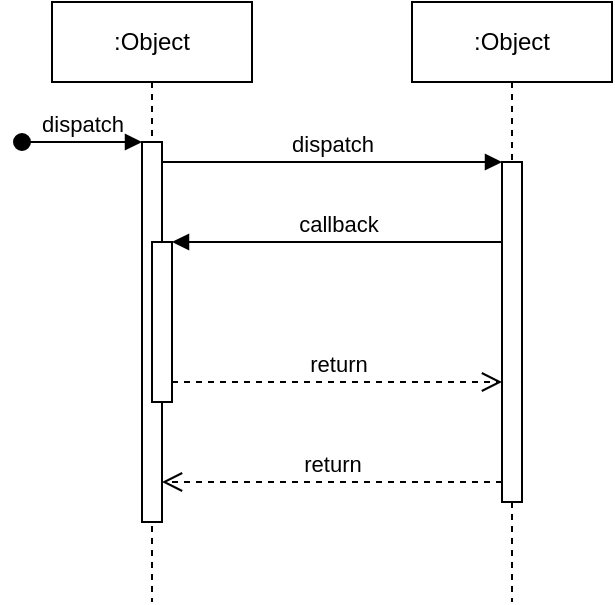
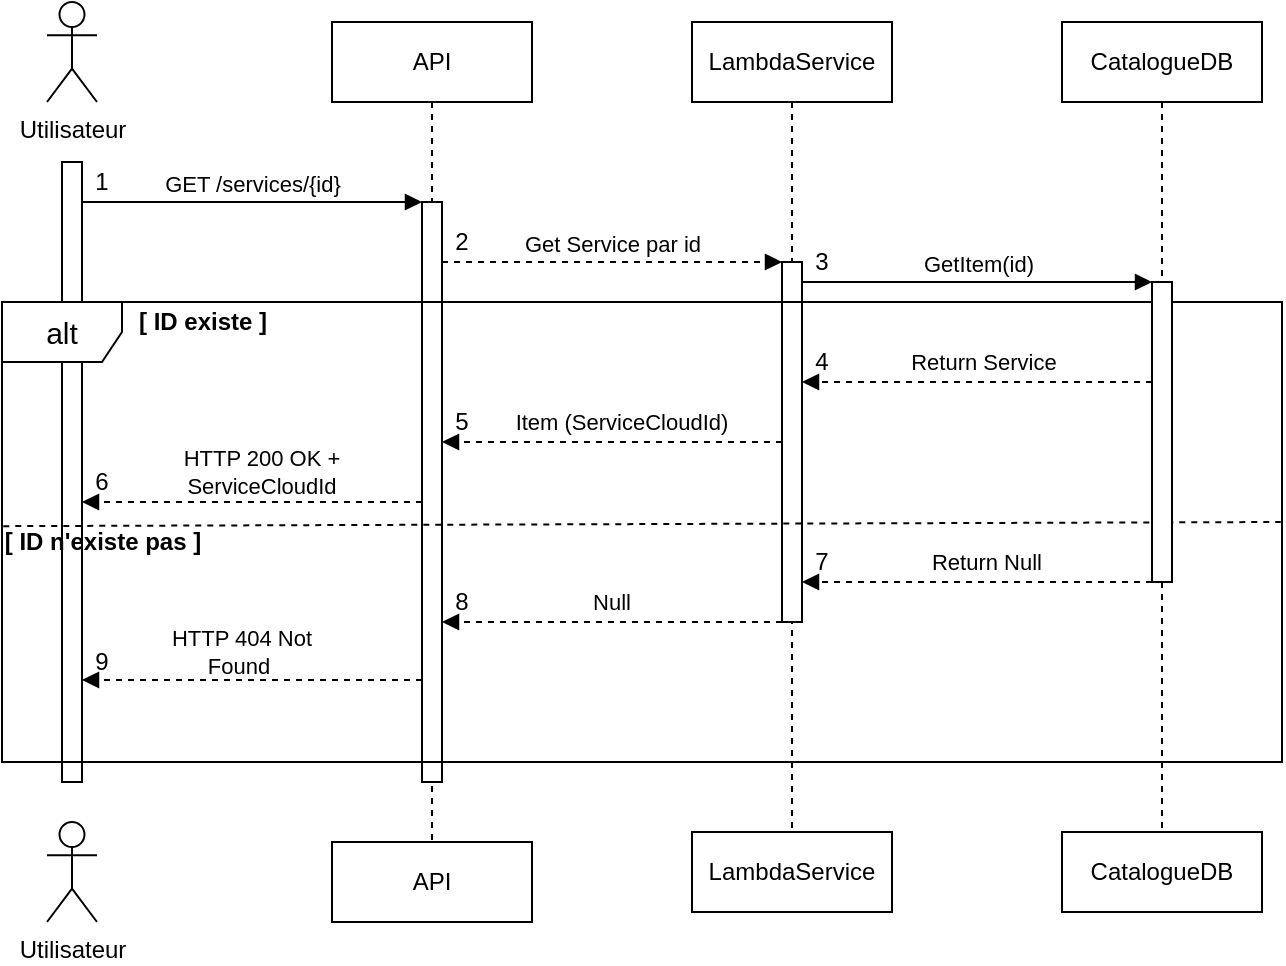
<mxfile host="app.diagrams.net" agent="5.0 (Macintosh; Intel Mac OS X 10_15_7) AppleWebKit/537.36 (KHTML, like Gecko) Chrome/109.0.0.0 Safari/537.36">
  <diagram name="Page-1" id="2YBvvXClWsGukQMizWep">
-     <mxGraphModel dx="1259" dy="1066" grid="1" gridSize="10" guides="1" tooltips="1" connect="1" arrows="1" fold="1" page="1" pageScale="1" pageWidth="850" pageHeight="1100" math="0" shadow="0">
+     <mxGraphModel dx="900" dy="578" grid="1" gridSize="10" guides="1" tooltips="1" connect="1" arrows="1" fold="1" page="1" pageScale="1" pageWidth="850" pageHeight="1100" math="0" shadow="0">
      <root>
        <mxCell id="0" />
        <mxCell id="1" parent="0" />
-         <mxCell id="aM9ryv3xv72pqoxQDRHE-1" value=":Object" style="shape=umlLifeline;perimeter=lifelinePerimeter;whiteSpace=wrap;html=1;container=0;dropTarget=0;collapsible=0;recursiveResize=0;outlineConnect=0;portConstraint=eastwest;newEdgeStyle={&quot;edgeStyle&quot;:&quot;elbowEdgeStyle&quot;,&quot;elbow&quot;:&quot;vertical&quot;,&quot;curved&quot;:0,&quot;rounded&quot;:0};" vertex="1" parent="1">
-           <mxGeometry x="40" y="40" width="100" height="300" as="geometry" />
+         <mxCell id="aM9ryv3xv72pqoxQDRHE-1" parent="1" style="shape=umlLifeline;perimeter=lifelinePerimeter;whiteSpace=wrap;html=1;container=0;dropTarget=0;collapsible=0;recursiveResize=0;outlineConnect=0;portConstraint=eastwest;newEdgeStyle={&quot;edgeStyle&quot;:&quot;elbowEdgeStyle&quot;,&quot;elbow&quot;:&quot;vertical&quot;,&quot;curved&quot;:0,&quot;rounded&quot;:0};" value="API" vertex="1">
+           <mxGeometry height="410" width="100" x="285" y="80" as="geometry" />
        </mxCell>
-         <mxCell id="aM9ryv3xv72pqoxQDRHE-2" value="" style="html=1;points=[];perimeter=orthogonalPerimeter;outlineConnect=0;targetShapes=umlLifeline;portConstraint=eastwest;newEdgeStyle={&quot;edgeStyle&quot;:&quot;elbowEdgeStyle&quot;,&quot;elbow&quot;:&quot;vertical&quot;,&quot;curved&quot;:0,&quot;rounded&quot;:0};" vertex="1" parent="aM9ryv3xv72pqoxQDRHE-1">
-           <mxGeometry x="45" y="70" width="10" height="190" as="geometry" />
+         <mxCell id="aM9ryv3xv72pqoxQDRHE-2" parent="aM9ryv3xv72pqoxQDRHE-1" style="html=1;points=[];perimeter=orthogonalPerimeter;outlineConnect=0;targetShapes=umlLifeline;portConstraint=eastwest;newEdgeStyle={&quot;edgeStyle&quot;:&quot;elbowEdgeStyle&quot;,&quot;elbow&quot;:&quot;vertical&quot;,&quot;curved&quot;:0,&quot;rounded&quot;:0};" value="" vertex="1">
+           <mxGeometry height="290" width="10" x="45" y="90" as="geometry" />
        </mxCell>
-         <mxCell id="aM9ryv3xv72pqoxQDRHE-3" value="dispatch" style="html=1;verticalAlign=bottom;startArrow=oval;endArrow=block;startSize=8;edgeStyle=elbowEdgeStyle;elbow=vertical;curved=0;rounded=0;" edge="1" parent="aM9ryv3xv72pqoxQDRHE-1" target="aM9ryv3xv72pqoxQDRHE-2">
+         <mxCell id="aM9ryv3xv72pqoxQDRHE-5" parent="1" style="shape=umlLifeline;perimeter=lifelinePerimeter;whiteSpace=wrap;html=1;container=0;dropTarget=0;collapsible=0;recursiveResize=0;outlineConnect=0;portConstraint=eastwest;newEdgeStyle={&quot;edgeStyle&quot;:&quot;elbowEdgeStyle&quot;,&quot;elbow&quot;:&quot;vertical&quot;,&quot;curved&quot;:0,&quot;rounded&quot;:0};" value="LambdaService" vertex="1">
+           <mxGeometry height="410" width="100" x="465" y="80" as="geometry" />
+         </mxCell>
+         <mxCell id="aM9ryv3xv72pqoxQDRHE-6" parent="aM9ryv3xv72pqoxQDRHE-5" style="html=1;points=[];perimeter=orthogonalPerimeter;outlineConnect=0;targetShapes=umlLifeline;portConstraint=eastwest;newEdgeStyle={&quot;edgeStyle&quot;:&quot;elbowEdgeStyle&quot;,&quot;elbow&quot;:&quot;vertical&quot;,&quot;curved&quot;:0,&quot;rounded&quot;:0};" value="" vertex="1">
+           <mxGeometry height="180" width="10" x="45" y="120" as="geometry" />
+         </mxCell>
+         <mxCell id="aM9ryv3xv72pqoxQDRHE-7" edge="1" parent="1" style="html=1;verticalAlign=bottom;endArrow=block;edgeStyle=elbowEdgeStyle;elbow=vertical;curved=0;rounded=0;" value="GET /services/{id}">
          <mxGeometry relative="1" as="geometry">
-             <mxPoint x="-15" y="70" as="sourcePoint" />
+             <Array as="points">
+               <mxPoint x="245" y="170" />
+             </Array>
+             <mxPoint x="160" y="170" as="sourcePoint" />
+             <mxPoint x="330" y="170" as="targetPoint" />
          </mxGeometry>
        </mxCell>
-         <mxCell id="aM9ryv3xv72pqoxQDRHE-4" value="" style="html=1;points=[];perimeter=orthogonalPerimeter;outlineConnect=0;targetShapes=umlLifeline;portConstraint=eastwest;newEdgeStyle={&quot;edgeStyle&quot;:&quot;elbowEdgeStyle&quot;,&quot;elbow&quot;:&quot;vertical&quot;,&quot;curved&quot;:0,&quot;rounded&quot;:0};" vertex="1" parent="aM9ryv3xv72pqoxQDRHE-1">
-           <mxGeometry x="50" y="120" width="10" height="80" as="geometry" />
+         <mxCell id="ydfixyK2cgRqEg1iHaJK-1" parent="1" style="html=1;points=[];perimeter=orthogonalPerimeter;outlineConnect=0;targetShapes=umlLifeline;portConstraint=eastwest;newEdgeStyle={&quot;edgeStyle&quot;:&quot;elbowEdgeStyle&quot;,&quot;elbow&quot;:&quot;vertical&quot;,&quot;curved&quot;:0,&quot;rounded&quot;:0};" value="" vertex="1">
+           <mxGeometry height="310" width="10" x="150" y="150" as="geometry" />
        </mxCell>
-         <mxCell id="aM9ryv3xv72pqoxQDRHE-5" value=":Object" style="shape=umlLifeline;perimeter=lifelinePerimeter;whiteSpace=wrap;html=1;container=0;dropTarget=0;collapsible=0;recursiveResize=0;outlineConnect=0;portConstraint=eastwest;newEdgeStyle={&quot;edgeStyle&quot;:&quot;elbowEdgeStyle&quot;,&quot;elbow&quot;:&quot;vertical&quot;,&quot;curved&quot;:0,&quot;rounded&quot;:0};" vertex="1" parent="1">
-           <mxGeometry x="220" y="40" width="100" height="300" as="geometry" />
+         <mxCell id="ydfixyK2cgRqEg1iHaJK-2" parent="1" style="shape=umlActor;verticalLabelPosition=bottom;verticalAlign=top;html=1;outlineConnect=0;" value="Utilisateur" vertex="1">
+           <mxGeometry height="50" width="25" x="142.5" y="70" as="geometry" />
        </mxCell>
-         <mxCell id="aM9ryv3xv72pqoxQDRHE-6" value="" style="html=1;points=[];perimeter=orthogonalPerimeter;outlineConnect=0;targetShapes=umlLifeline;portConstraint=eastwest;newEdgeStyle={&quot;edgeStyle&quot;:&quot;elbowEdgeStyle&quot;,&quot;elbow&quot;:&quot;vertical&quot;,&quot;curved&quot;:0,&quot;rounded&quot;:0};" vertex="1" parent="aM9ryv3xv72pqoxQDRHE-5">
-           <mxGeometry x="45" y="80" width="10" height="170" as="geometry" />
+         <mxCell id="ydfixyK2cgRqEg1iHaJK-3" parent="1" style="text;html=1;whiteSpace=wrap;strokeColor=none;fillColor=none;align=center;verticalAlign=middle;rounded=0;" value="1" vertex="1">
+           <mxGeometry height="20" width="20" x="160" y="150" as="geometry" />
        </mxCell>
-         <mxCell id="aM9ryv3xv72pqoxQDRHE-7" value="dispatch" style="html=1;verticalAlign=bottom;endArrow=block;edgeStyle=elbowEdgeStyle;elbow=vertical;curved=0;rounded=0;" edge="1" parent="1" source="aM9ryv3xv72pqoxQDRHE-2" target="aM9ryv3xv72pqoxQDRHE-6">
+         <mxCell id="ydfixyK2cgRqEg1iHaJK-4" edge="1" parent="1" style="html=1;verticalAlign=bottom;endArrow=block;edgeStyle=elbowEdgeStyle;elbow=vertical;curved=0;rounded=0;" target="ydfixyK2cgRqEg1iHaJK-46" value="GetItem(id)">
          <mxGeometry relative="1" as="geometry">
-             <mxPoint x="195" y="130" as="sourcePoint" />
+             <mxPoint as="offset" />
            <Array as="points">
-               <mxPoint x="180" y="120" />
+               <mxPoint x="605" y="210" />
            </Array>
+             <mxPoint x="520" y="210" as="sourcePoint" />
+             <mxPoint x="690" y="210" as="targetPoint" />
          </mxGeometry>
        </mxCell>
-         <mxCell id="aM9ryv3xv72pqoxQDRHE-8" value="return" style="html=1;verticalAlign=bottom;endArrow=open;dashed=1;endSize=8;edgeStyle=elbowEdgeStyle;elbow=vertical;curved=0;rounded=0;" edge="1" parent="1" source="aM9ryv3xv72pqoxQDRHE-6" target="aM9ryv3xv72pqoxQDRHE-2">
+         <mxCell id="ydfixyK2cgRqEg1iHaJK-7" parent="1" style="shape=umlFrame;whiteSpace=wrap;html=1;pointerEvents=0;" value="&lt;font style=&quot;font-size: 15px;&quot;&gt;alt&lt;/font&gt;" vertex="1">
+           <mxGeometry height="230" width="640" x="120" y="220" as="geometry" />
+         </mxCell>
+         <mxCell id="ydfixyK2cgRqEg1iHaJK-8" parent="1" style="text;align=center;fontStyle=1;verticalAlign=middle;spacingLeft=3;spacingRight=3;strokeColor=none;rotatable=0;points=[[0,0.5],[1,0.5]];portConstraint=eastwest;html=1;" value="[ ID existe ]" vertex="1">
+           <mxGeometry height="20" width="60" x="190" y="220" as="geometry" />
+         </mxCell>
+         <mxCell id="ydfixyK2cgRqEg1iHaJK-9" parent="1" style="text;html=1;whiteSpace=wrap;strokeColor=none;fillColor=none;align=center;verticalAlign=middle;rounded=0;" value="2" vertex="1">
+           <mxGeometry height="20" width="20" x="340" y="180" as="geometry" />
+         </mxCell>
+         <mxCell id="ydfixyK2cgRqEg1iHaJK-15" edge="1" parent="1" style="html=1;verticalAlign=bottom;endArrow=block;edgeStyle=elbowEdgeStyle;elbow=vertical;curved=0;rounded=0;endFill=1;entryX=0;entryY=1;entryDx=0;entryDy=0;dashed=1;" value="">
          <mxGeometry relative="1" as="geometry">
-             <mxPoint x="195" y="205" as="targetPoint" />
            <Array as="points">
-               <mxPoint x="190" y="280" />
+               <mxPoint x="490" y="290" />
            </Array>
+             <mxPoint x="510" y="290" as="sourcePoint" />
+             <mxPoint x="340" y="290" as="targetPoint" />
          </mxGeometry>
        </mxCell>
-         <mxCell id="aM9ryv3xv72pqoxQDRHE-9" value="callback" style="html=1;verticalAlign=bottom;endArrow=block;edgeStyle=elbowEdgeStyle;elbow=vertical;curved=0;rounded=0;" edge="1" parent="1" source="aM9ryv3xv72pqoxQDRHE-6" target="aM9ryv3xv72pqoxQDRHE-4">
+         <mxCell id="ydfixyK2cgRqEg1iHaJK-18" parent="1" style="text;html=1;whiteSpace=wrap;strokeColor=none;fillColor=none;align=center;verticalAlign=middle;rounded=0;strokeWidth=1;fontSize=11;" value="Item (ServiceCloudId)" vertex="1">
+           <mxGeometry height="20" width="120" x="370" y="270" as="geometry" />
+         </mxCell>
+         <mxCell id="ydfixyK2cgRqEg1iHaJK-19" edge="1" parent="1" style="html=1;verticalAlign=bottom;endArrow=block;edgeStyle=elbowEdgeStyle;elbow=vertical;curved=0;rounded=0;endFill=1;entryX=1;entryY=0.529;entryDx=0;entryDy=0;entryPerimeter=0;dashed=1;" value="">
          <mxGeometry relative="1" as="geometry">
-             <mxPoint x="175" y="160" as="sourcePoint" />
            <Array as="points">
-               <mxPoint x="190" y="160" />
+               <mxPoint x="310" y="320" />
            </Array>
+             <mxPoint x="330" y="320" as="sourcePoint" />
+             <mxPoint x="160" y="320" as="targetPoint" />
          </mxGeometry>
        </mxCell>
-         <mxCell id="aM9ryv3xv72pqoxQDRHE-10" value="return" style="html=1;verticalAlign=bottom;endArrow=open;dashed=1;endSize=8;edgeStyle=elbowEdgeStyle;elbow=vertical;curved=0;rounded=0;" edge="1" parent="1" source="aM9ryv3xv72pqoxQDRHE-4" target="aM9ryv3xv72pqoxQDRHE-6">
+         <mxCell id="ydfixyK2cgRqEg1iHaJK-20" parent="1" style="text;html=1;whiteSpace=wrap;strokeColor=none;fillColor=none;align=center;verticalAlign=middle;rounded=0;" value="4" vertex="1">
+           <mxGeometry height="20" width="20" x="520" y="240" as="geometry" />
+         </mxCell>
+         <mxCell id="ydfixyK2cgRqEg1iHaJK-21" parent="1" style="text;html=1;whiteSpace=wrap;strokeColor=none;fillColor=none;align=center;verticalAlign=middle;rounded=0;strokeWidth=1;fontSize=11;" value="HTTP 200 OK + ServiceCloudId" vertex="1">
+           <mxGeometry height="30" width="100" x="200" y="290" as="geometry" />
+         </mxCell>
+         <mxCell id="ydfixyK2cgRqEg1iHaJK-23" edge="1" parent="1" style="endArrow=none;dashed=1;html=1;rounded=0;entryX=0.998;entryY=0.544;entryDx=0;entryDy=0;entryPerimeter=0;" value="">
+           <mxGeometry height="50" relative="1" width="50" as="geometry">
+             <mxPoint x="120.64" y="332.08" as="sourcePoint" />
+             <mxPoint x="759.36" y="329.99999999999994" as="targetPoint" />
+           </mxGeometry>
+         </mxCell>
+         <mxCell id="ydfixyK2cgRqEg1iHaJK-26" edge="1" parent="1" style="html=1;verticalAlign=bottom;endArrow=block;edgeStyle=elbowEdgeStyle;elbow=vertical;curved=0;rounded=0;endFill=1;entryX=0;entryY=1;entryDx=0;entryDy=0;dashed=1;" value="">
          <mxGeometry relative="1" as="geometry">
-             <mxPoint x="175" y="235" as="targetPoint" />
+             <Array as="points" />
+             <mxPoint x="510" y="380" as="sourcePoint" />
+             <mxPoint x="340" y="380" as="targetPoint" />
+           </mxGeometry>
+         </mxCell>
+         <mxCell id="ydfixyK2cgRqEg1iHaJK-28" parent="1" style="text;html=1;whiteSpace=wrap;strokeColor=none;fillColor=none;align=center;verticalAlign=middle;rounded=0;strokeWidth=1;fontSize=11;" value="Null" vertex="1">
+           <mxGeometry height="20" width="60" x="395" y="360" as="geometry" />
+         </mxCell>
+         <mxCell id="ydfixyK2cgRqEg1iHaJK-29" parent="1" style="text;html=1;whiteSpace=wrap;strokeColor=none;fillColor=none;align=center;verticalAlign=middle;rounded=0;" value="&lt;div align=&quot;center&quot;&gt;&amp;nbsp; &amp;nbsp;5&lt;span style=&quot;white-space: pre;&quot;&gt;&#x9;&lt;/span&gt;&lt;/div&gt;" vertex="1">
+           <mxGeometry height="20" width="20" x="340" y="270" as="geometry" />
+         </mxCell>
+         <mxCell id="ydfixyK2cgRqEg1iHaJK-30" edge="1" parent="1" style="html=1;verticalAlign=bottom;endArrow=block;edgeStyle=elbowEdgeStyle;elbow=vertical;curved=0;rounded=0;endFill=1;entryX=1;entryY=0.529;entryDx=0;entryDy=0;entryPerimeter=0;dashed=1;" value="">
+           <mxGeometry relative="1" as="geometry">
            <Array as="points">
-               <mxPoint x="180" y="230" />
+               <mxPoint x="310" y="409" />
            </Array>
+             <mxPoint x="330" y="409" as="sourcePoint" />
+             <mxPoint x="160" y="409" as="targetPoint" />
          </mxGeometry>
+         </mxCell>
+         <mxCell id="ydfixyK2cgRqEg1iHaJK-31" parent="1" style="text;html=1;whiteSpace=wrap;strokeColor=none;fillColor=none;align=center;verticalAlign=middle;rounded=0;fontSize=11;" value="HTTP 404 Not Found&amp;nbsp;" vertex="1">
+           <mxGeometry height="30" width="100" x="190" y="380" as="geometry" />
+         </mxCell>
+         <mxCell id="ydfixyK2cgRqEg1iHaJK-32" parent="1" style="text;html=1;whiteSpace=wrap;strokeColor=none;fillColor=none;align=center;verticalAlign=middle;rounded=0;" value="6" vertex="1">
+           <mxGeometry height="20" width="20" x="160" y="300" as="geometry" />
+         </mxCell>
+         <mxCell id="ydfixyK2cgRqEg1iHaJK-35" parent="1" style="shape=umlLifeline;perimeter=lifelinePerimeter;whiteSpace=wrap;html=1;container=0;dropTarget=0;collapsible=0;recursiveResize=0;outlineConnect=0;portConstraint=eastwest;newEdgeStyle={&quot;edgeStyle&quot;:&quot;elbowEdgeStyle&quot;,&quot;elbow&quot;:&quot;vertical&quot;,&quot;curved&quot;:0,&quot;rounded&quot;:0};" value="API" vertex="1">
+           <mxGeometry height="40" width="100" x="285" y="490" as="geometry" />
+         </mxCell>
+         <mxCell id="ydfixyK2cgRqEg1iHaJK-38" parent="1" style="shape=umlLifeline;perimeter=lifelinePerimeter;whiteSpace=wrap;html=1;container=0;dropTarget=0;collapsible=0;recursiveResize=0;outlineConnect=0;portConstraint=eastwest;newEdgeStyle={&quot;edgeStyle&quot;:&quot;elbowEdgeStyle&quot;,&quot;elbow&quot;:&quot;vertical&quot;,&quot;curved&quot;:0,&quot;rounded&quot;:0};" value="LambdaService" vertex="1">
+           <mxGeometry height="40" width="100" x="465" y="485" as="geometry" />
+         </mxCell>
+         <mxCell id="ydfixyK2cgRqEg1iHaJK-40" parent="1" style="text;align=center;fontStyle=1;verticalAlign=middle;spacingLeft=3;spacingRight=3;strokeColor=none;rotatable=0;points=[[0,0.5],[1,0.5]];portConstraint=eastwest;html=1;" value="[ ID n&#39;existe pas ]" vertex="1">
+           <mxGeometry height="20" width="60" x="140" y="330" as="geometry" />
+         </mxCell>
+         <mxCell id="ydfixyK2cgRqEg1iHaJK-42" parent="1" style="shape=umlActor;verticalLabelPosition=bottom;verticalAlign=top;html=1;outlineConnect=0;" value="Utilisateur" vertex="1">
+           <mxGeometry height="50" width="25" x="142.5" y="480" as="geometry" />
+         </mxCell>
+         <mxCell id="ydfixyK2cgRqEg1iHaJK-45" parent="1" style="shape=umlLifeline;perimeter=lifelinePerimeter;whiteSpace=wrap;html=1;container=0;dropTarget=0;collapsible=0;recursiveResize=0;outlineConnect=0;portConstraint=eastwest;newEdgeStyle={&quot;edgeStyle&quot;:&quot;elbowEdgeStyle&quot;,&quot;elbow&quot;:&quot;vertical&quot;,&quot;curved&quot;:0,&quot;rounded&quot;:0};" value="CatalogueDB" vertex="1">
+           <mxGeometry height="410" width="100" x="650" y="80" as="geometry" />
+         </mxCell>
+         <mxCell id="ydfixyK2cgRqEg1iHaJK-46" parent="ydfixyK2cgRqEg1iHaJK-45" style="html=1;points=[];perimeter=orthogonalPerimeter;outlineConnect=0;targetShapes=umlLifeline;portConstraint=eastwest;newEdgeStyle={&quot;edgeStyle&quot;:&quot;elbowEdgeStyle&quot;,&quot;elbow&quot;:&quot;vertical&quot;,&quot;curved&quot;:0,&quot;rounded&quot;:0};" value="" vertex="1">
+           <mxGeometry height="150" width="10" x="45" y="130" as="geometry" />
+         </mxCell>
+         <mxCell id="ydfixyK2cgRqEg1iHaJK-47" parent="1" style="shape=umlLifeline;perimeter=lifelinePerimeter;whiteSpace=wrap;html=1;container=0;dropTarget=0;collapsible=0;recursiveResize=0;outlineConnect=0;portConstraint=eastwest;newEdgeStyle={&quot;edgeStyle&quot;:&quot;elbowEdgeStyle&quot;,&quot;elbow&quot;:&quot;vertical&quot;,&quot;curved&quot;:0,&quot;rounded&quot;:0};" value="CatalogueDB" vertex="1">
+           <mxGeometry height="40" width="100" x="650" y="485" as="geometry" />
+         </mxCell>
+         <mxCell id="ydfixyK2cgRqEg1iHaJK-48" edge="1" parent="1" style="html=1;verticalAlign=bottom;endArrow=block;edgeStyle=elbowEdgeStyle;elbow=vertical;curved=0;rounded=0;dashed=1;" value="Get Service par id">
+           <mxGeometry relative="1" as="geometry">
+             <Array as="points">
+               <mxPoint x="425" y="200" />
+             </Array>
+             <mxPoint x="340" y="200" as="sourcePoint" />
+             <mxPoint x="510" y="200" as="targetPoint" />
+           </mxGeometry>
+         </mxCell>
+         <mxCell id="ydfixyK2cgRqEg1iHaJK-49" parent="1" style="text;html=1;whiteSpace=wrap;strokeColor=none;fillColor=none;align=center;verticalAlign=middle;rounded=0;" value="3" vertex="1">
+           <mxGeometry height="20" width="20" x="520" y="190" as="geometry" />
+         </mxCell>
+         <mxCell id="ydfixyK2cgRqEg1iHaJK-52" edge="1" parent="1" source="ydfixyK2cgRqEg1iHaJK-46" style="html=1;verticalAlign=bottom;endArrow=block;edgeStyle=elbowEdgeStyle;elbow=vertical;curved=0;rounded=0;endFill=1;entryX=0;entryY=1;entryDx=0;entryDy=0;dashed=1;" value="">
+           <mxGeometry relative="1" as="geometry">
+             <Array as="points">
+               <mxPoint x="670" y="260" />
+             </Array>
+             <mxPoint x="690" y="260" as="sourcePoint" />
+             <mxPoint x="520" y="260" as="targetPoint" />
+           </mxGeometry>
+         </mxCell>
+         <mxCell id="ydfixyK2cgRqEg1iHaJK-53" parent="1" style="text;html=1;whiteSpace=wrap;strokeColor=none;fillColor=none;align=center;verticalAlign=middle;rounded=0;fontSize=11;" value="Return Service&amp;nbsp;" vertex="1">
+           <mxGeometry height="20" width="95" x="565" y="240" as="geometry" />
+         </mxCell>
+         <mxCell id="ydfixyK2cgRqEg1iHaJK-54" edge="1" parent="1" style="edgeStyle=orthogonalEdgeStyle;rounded=0;orthogonalLoop=1;jettySize=auto;html=1;innerLoopWaypoints=1;exitX=0.5;exitY=1;exitDx=0;exitDy=0;">
+           <mxGeometry relative="1" as="geometry">
+             <mxPoint x="425" y="270" as="sourcePoint" />
+             <mxPoint x="425" y="270" as="targetPoint" />
+           </mxGeometry>
+         </mxCell>
+         <mxCell id="ydfixyK2cgRqEg1iHaJK-56" edge="1" parent="1" style="html=1;verticalAlign=bottom;endArrow=block;edgeStyle=elbowEdgeStyle;elbow=vertical;curved=0;rounded=0;endFill=1;entryX=0;entryY=1;entryDx=0;entryDy=0;dashed=1;" value="">
+           <mxGeometry relative="1" as="geometry">
+             <Array as="points">
+               <mxPoint x="670" y="360" />
+             </Array>
+             <mxPoint x="695" y="360" as="sourcePoint" />
+             <mxPoint x="520" y="360" as="targetPoint" />
+           </mxGeometry>
+         </mxCell>
+         <mxCell id="ydfixyK2cgRqEg1iHaJK-57" parent="1" style="text;html=1;whiteSpace=wrap;strokeColor=none;fillColor=none;align=center;verticalAlign=middle;rounded=0;fontSize=11;" value="Return Null" vertex="1">
+           <mxGeometry height="20" width="75" x="575" y="340" as="geometry" />
+         </mxCell>
+         <mxCell id="ydfixyK2cgRqEg1iHaJK-61" parent="1" style="text;html=1;whiteSpace=wrap;strokeColor=none;fillColor=none;align=center;verticalAlign=middle;rounded=0;" value="7" vertex="1">
+           <mxGeometry height="20" width="20" x="520" y="340" as="geometry" />
+         </mxCell>
+         <mxCell id="ydfixyK2cgRqEg1iHaJK-63" parent="1" style="text;html=1;whiteSpace=wrap;strokeColor=none;fillColor=none;align=center;verticalAlign=middle;rounded=0;" value="8" vertex="1">
+           <mxGeometry height="20" width="20" x="340" y="360" as="geometry" />
+         </mxCell>
+         <mxCell id="ydfixyK2cgRqEg1iHaJK-64" parent="1" style="text;html=1;whiteSpace=wrap;strokeColor=none;fillColor=none;align=center;verticalAlign=middle;rounded=0;" value="9" vertex="1">
+           <mxGeometry height="20" width="20" x="160" y="390" as="geometry" />
        </mxCell>
      </root>
    </mxGraphModel>
  </diagram>
</mxfile>
